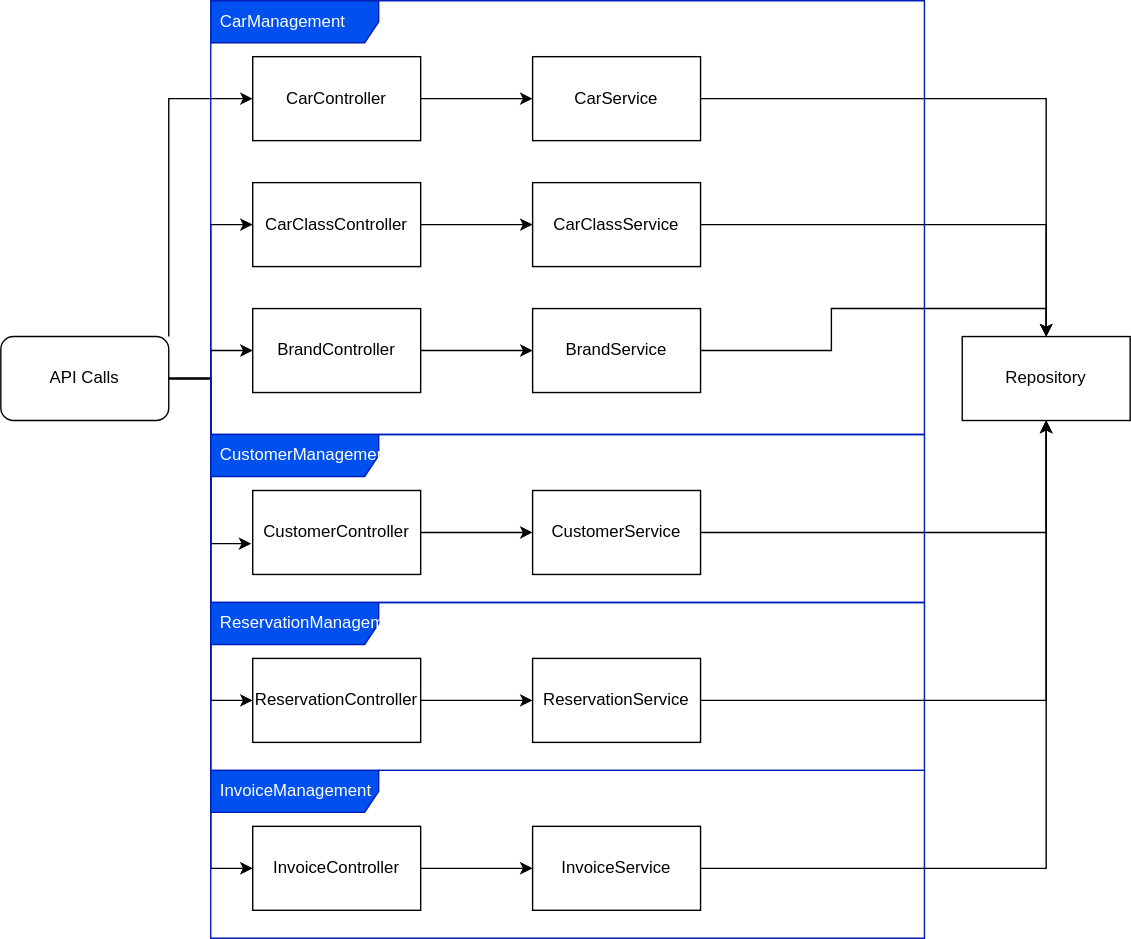
The draw.io diagram docs/images/component-context.drawio.svg in ragi96/CarRent, before a commit. Source tidied: cells renumbered, new cells last; positions are measured from the earlier drawing's top-left corner, leaving out a move shared by most shapes. The source it was exported from:
```xml
<mxGraphModel>
  <root>
    <mxCell id="0" />
    <mxCell id="1" parent="0" />
    <mxCell id="2" style="edgeStyle=orthogonalEdgeStyle;rounded=0;jettySize=auto;html=1;exitX=1;exitY=0;exitDx=0;exitDy=0;entryX=0;entryY=0.5;entryDx=0;entryDy=0;" parent="1" edge="1" source="8" target="10">
      <mxGeometry relative="1" as="geometry" />
    </mxCell>
    <mxCell id="3" style="edgeStyle=orthogonalEdgeStyle;rounded=0;jettySize=auto;html=1;exitX=1;exitY=0.5;exitDx=0;exitDy=0;entryX=0;entryY=0.5;entryDx=0;entryDy=0;" parent="1" edge="1" source="8" target="12">
      <mxGeometry relative="1" as="geometry" />
    </mxCell>
    <mxCell id="4" style="edgeStyle=orthogonalEdgeStyle;rounded=0;jettySize=auto;html=1;exitX=1;exitY=0.5;exitDx=0;exitDy=0;entryX=0;entryY=0.5;entryDx=0;entryDy=0;" parent="1" edge="1" source="8" target="14">
      <mxGeometry relative="1" as="geometry" />
    </mxCell>
    <mxCell id="5" style="edgeStyle=orthogonalEdgeStyle;rounded=0;jettySize=auto;html=1;exitX=1;exitY=0.5;exitDx=0;exitDy=0;entryX=-0.008;entryY=0.633;entryDx=0;entryDy=0;entryPerimeter=0;" parent="1" edge="1" source="8" target="23">
      <mxGeometry relative="1" as="geometry" />
    </mxCell>
    <mxCell id="6" style="edgeStyle=orthogonalEdgeStyle;rounded=0;jettySize=auto;html=1;exitX=1;exitY=0.5;exitDx=0;exitDy=0;entryX=0;entryY=0.5;entryDx=0;entryDy=0;" parent="1" edge="1" source="8" target="28">
      <mxGeometry relative="1" as="geometry" />
    </mxCell>
    <mxCell id="7" style="edgeStyle=orthogonalEdgeStyle;rounded=0;jettySize=auto;html=1;exitX=1;exitY=0.5;exitDx=0;exitDy=0;entryX=0;entryY=0.5;entryDx=0;entryDy=0;" parent="1" edge="1" source="8" target="35">
      <mxGeometry relative="1" as="geometry" />
    </mxCell>
    <mxCell id="8" value="API Calls" style="rounded=1;whiteSpace=wrap;html=1;" parent="1" vertex="1">
      <mxGeometry y="240" width="120" height="60" as="geometry" />
    </mxCell>
    <mxCell id="9" style="edgeStyle=orthogonalEdgeStyle;rounded=0;jettySize=auto;html=1;" parent="1" edge="1" source="10" target="16">
      <mxGeometry relative="1" as="geometry" />
    </mxCell>
    <mxCell id="10" value="CarController" style="rounded=0;whiteSpace=wrap;html=1;" parent="1" vertex="1">
      <mxGeometry x="180" y="40" width="120" height="60" as="geometry" />
    </mxCell>
    <mxCell id="11" style="edgeStyle=orthogonalEdgeStyle;rounded=0;jettySize=auto;html=1;" parent="1" edge="1" source="12" target="18">
      <mxGeometry relative="1" as="geometry" />
    </mxCell>
    <mxCell id="12" value="CarClassController" style="rounded=0;whiteSpace=wrap;html=1;" parent="1" vertex="1">
      <mxGeometry x="180" y="130" width="120" height="60" as="geometry" />
    </mxCell>
    <mxCell id="13" style="edgeStyle=orthogonalEdgeStyle;rounded=0;jettySize=auto;html=1;" parent="1" edge="1" source="14" target="20">
      <mxGeometry relative="1" as="geometry" />
    </mxCell>
    <mxCell id="14" value="BrandController" style="rounded=0;whiteSpace=wrap;html=1;" parent="1" vertex="1">
      <mxGeometry x="180" y="220" width="120" height="60" as="geometry" />
    </mxCell>
    <mxCell id="15" style="edgeStyle=orthogonalEdgeStyle;rounded=0;jettySize=auto;html=1;" parent="1" edge="1" source="16" target="21">
      <mxGeometry relative="1" as="geometry" />
    </mxCell>
    <mxCell id="16" value="CarService" style="rounded=0;whiteSpace=wrap;html=1;" parent="1" vertex="1">
      <mxGeometry x="380" y="40" width="120" height="60" as="geometry" />
    </mxCell>
    <mxCell id="17" style="edgeStyle=orthogonalEdgeStyle;rounded=0;jettySize=auto;html=1;exitX=1;exitY=0.5;exitDx=0;exitDy=0;entryX=0.5;entryY=0;entryDx=0;entryDy=0;" parent="1" edge="1" source="18" target="21">
      <mxGeometry relative="1" as="geometry" />
    </mxCell>
    <mxCell id="18" value="CarClassService" style="rounded=0;whiteSpace=wrap;html=1;" parent="1" vertex="1">
      <mxGeometry x="380" y="130" width="120" height="60" as="geometry" />
    </mxCell>
    <mxCell id="19" style="edgeStyle=orthogonalEdgeStyle;rounded=0;jettySize=auto;html=1;exitX=1;exitY=0.5;exitDx=0;exitDy=0;entryX=0.5;entryY=0;entryDx=0;entryDy=0;" parent="1" edge="1" source="20" target="21">
      <mxGeometry relative="1" as="geometry" />
    </mxCell>
    <mxCell id="20" value="BrandService" style="rounded=0;whiteSpace=wrap;html=1;" parent="1" vertex="1">
      <mxGeometry x="380" y="220" width="120" height="60" as="geometry" />
    </mxCell>
    <mxCell id="21" value="Repository" style="rounded=0;whiteSpace=wrap;html=1;" parent="1" vertex="1">
      <mxGeometry x="687" y="240" width="120" height="60" as="geometry" />
    </mxCell>
    <mxCell id="22" style="edgeStyle=orthogonalEdgeStyle;rounded=0;jettySize=auto;html=1;" parent="1" edge="1" source="23" target="26">
      <mxGeometry relative="1" as="geometry" />
    </mxCell>
    <mxCell id="23" value="CustomerController" style="rounded=0;whiteSpace=wrap;html=1;" parent="1" vertex="1">
      <mxGeometry x="180" y="350" width="120" height="60" as="geometry" />
    </mxCell>
    <mxCell id="24" value="CarManagement" style="shape=umlFrame;whiteSpace=wrap;html=1;width=120;height=30;boundedLbl=1;verticalAlign=middle;align=left;spacingLeft=5;fillColor=#0050ef;strokeColor=#001DBC;fontColor=#ffffff;" parent="1" vertex="1">
      <mxGeometry x="150" width="510" height="310" as="geometry" />
    </mxCell>
    <mxCell id="25" style="edgeStyle=orthogonalEdgeStyle;rounded=0;jettySize=auto;html=1;exitX=1;exitY=0.5;exitDx=0;exitDy=0;entryX=0.5;entryY=1;entryDx=0;entryDy=0;" parent="1" edge="1" source="26" target="21">
      <mxGeometry relative="1" as="geometry" />
    </mxCell>
    <mxCell id="26" value="CustomerService" style="rounded=0;whiteSpace=wrap;html=1;" parent="1" vertex="1">
      <mxGeometry x="380" y="350" width="120" height="60" as="geometry" />
    </mxCell>
    <mxCell id="27" style="edgeStyle=orthogonalEdgeStyle;rounded=0;jettySize=auto;html=1;" parent="1" edge="1" source="28" target="32">
      <mxGeometry relative="1" as="geometry" />
    </mxCell>
    <mxCell id="28" value="ReservationController" style="rounded=0;whiteSpace=wrap;html=1;" parent="1" vertex="1">
      <mxGeometry x="180" y="470" width="120" height="60" as="geometry" />
    </mxCell>
    <mxCell id="29" value="CustomerManagement" style="shape=umlFrame;whiteSpace=wrap;html=1;width=120;height=30;boundedLbl=1;verticalAlign=middle;align=left;spacingLeft=5;fillColor=#0050ef;strokeColor=#001DBC;fontColor=#ffffff;" parent="1" vertex="1">
      <mxGeometry x="150" y="310" width="510" height="120" as="geometry" />
    </mxCell>
    <mxCell id="30" value="ReservationManagement" style="shape=umlFrame;html=1;width=120;height=30;boundedLbl=1;verticalAlign=middle;align=left;spacingLeft=5;fillColor=#0050ef;strokeColor=#001DBC;fontColor=#ffffff;whiteSpace=wrap;" parent="1" vertex="1">
      <mxGeometry x="150" y="430" width="510" height="120" as="geometry" />
    </mxCell>
    <mxCell id="31" style="edgeStyle=orthogonalEdgeStyle;rounded=0;jettySize=auto;html=1;exitX=1;exitY=0.5;exitDx=0;exitDy=0;entryX=0.5;entryY=1;entryDx=0;entryDy=0;" parent="1" edge="1" source="32" target="21">
      <mxGeometry relative="1" as="geometry" />
    </mxCell>
    <mxCell id="32" value="ReservationService" style="rounded=0;whiteSpace=wrap;html=1;" parent="1" vertex="1">
      <mxGeometry x="380" y="470" width="120" height="60" as="geometry" />
    </mxCell>
    <mxCell id="33" value="InvoiceManagement" style="shape=umlFrame;html=1;width=120;height=30;boundedLbl=1;verticalAlign=middle;align=left;spacingLeft=5;fillColor=#0050ef;strokeColor=#001DBC;fontColor=#ffffff;whiteSpace=wrap;" parent="1" vertex="1">
      <mxGeometry x="150" y="550" width="510" height="120" as="geometry" />
    </mxCell>
    <mxCell id="34" style="edgeStyle=orthogonalEdgeStyle;rounded=0;jettySize=auto;html=1;" parent="1" edge="1" source="35" target="37">
      <mxGeometry relative="1" as="geometry" />
    </mxCell>
    <mxCell id="35" value="InvoiceController" style="rounded=0;whiteSpace=wrap;html=1;" parent="1" vertex="1">
      <mxGeometry x="180" y="590" width="120" height="60" as="geometry" />
    </mxCell>
    <mxCell id="36" style="edgeStyle=orthogonalEdgeStyle;rounded=0;jettySize=auto;html=1;exitX=1;exitY=0.5;exitDx=0;exitDy=0;entryX=0.5;entryY=1;entryDx=0;entryDy=0;" parent="1" edge="1" source="37" target="21">
      <mxGeometry relative="1" as="geometry" />
    </mxCell>
    <mxCell id="37" value="InvoiceService" style="rounded=0;whiteSpace=wrap;html=1;" parent="1" vertex="1">
      <mxGeometry x="380" y="590" width="120" height="60" as="geometry" />
    </mxCell>
  </root>
</mxGraphModel>
```
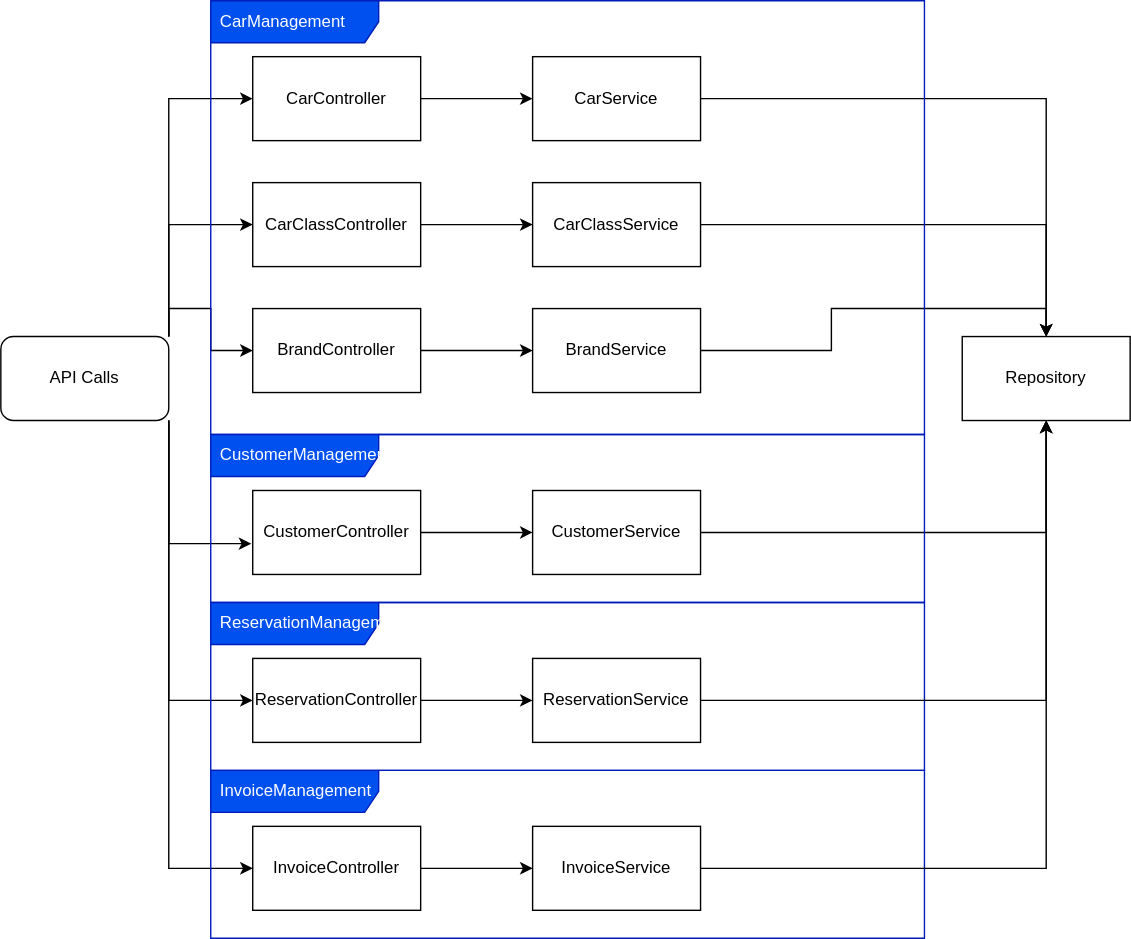
Above is the later version.

Diff of the diagram source:
```diff
@@ -5,19 +5,19 @@
     <mxCell id="2" style="edgeStyle=orthogonalEdgeStyle;rounded=0;jettySize=auto;html=1;exitX=1;exitY=0;exitDx=0;exitDy=0;entryX=0;entryY=0.5;entryDx=0;entryDy=0;" parent="1" edge="1" source="8" target="10">
       <mxGeometry relative="1" as="geometry" />
     </mxCell>
-    <mxCell id="3" style="edgeStyle=orthogonalEdgeStyle;rounded=0;jettySize=auto;html=1;exitX=1;exitY=0.5;exitDx=0;exitDy=0;entryX=0;entryY=0.5;entryDx=0;entryDy=0;" parent="1" edge="1" source="8" target="12">
+    <mxCell id="3" style="edgeStyle=orthogonalEdgeStyle;rounded=0;jettySize=auto;html=1;exitX=1;exitY=0;exitDx=0;exitDy=0;entryX=0;entryY=0.5;entryDx=0;entryDy=0;" parent="1" edge="1" source="8" target="12">
       <mxGeometry relative="1" as="geometry" />
     </mxCell>
-    <mxCell id="4" style="edgeStyle=orthogonalEdgeStyle;rounded=0;jettySize=auto;html=1;exitX=1;exitY=0.5;exitDx=0;exitDy=0;entryX=0;entryY=0.5;entryDx=0;entryDy=0;" parent="1" edge="1" source="8" target="14">
+    <mxCell id="4" style="edgeStyle=orthogonalEdgeStyle;rounded=0;jettySize=auto;html=1;exitX=1;exitY=0;exitDx=0;exitDy=0;entryX=0;entryY=0.5;entryDx=0;entryDy=0;" parent="1" edge="1" source="8" target="14">
       <mxGeometry relative="1" as="geometry" />
     </mxCell>
-    <mxCell id="5" style="edgeStyle=orthogonalEdgeStyle;rounded=0;jettySize=auto;html=1;exitX=1;exitY=0.5;exitDx=0;exitDy=0;entryX=-0.008;entryY=0.633;entryDx=0;entryDy=0;entryPerimeter=0;" parent="1" edge="1" source="8" target="23">
+    <mxCell id="5" style="edgeStyle=orthogonalEdgeStyle;rounded=0;jettySize=auto;html=1;exitX=1;exitY=1;exitDx=0;exitDy=0;entryX=-0.008;entryY=0.633;entryDx=0;entryDy=0;entryPerimeter=0;" parent="1" edge="1" source="8" target="23">
       <mxGeometry relative="1" as="geometry" />
     </mxCell>
-    <mxCell id="6" style="edgeStyle=orthogonalEdgeStyle;rounded=0;jettySize=auto;html=1;exitX=1;exitY=0.5;exitDx=0;exitDy=0;entryX=0;entryY=0.5;entryDx=0;entryDy=0;" parent="1" edge="1" source="8" target="28">
+    <mxCell id="6" style="edgeStyle=orthogonalEdgeStyle;rounded=0;jettySize=auto;html=1;exitX=1;exitY=1;exitDx=0;exitDy=0;entryX=0;entryY=0.5;entryDx=0;entryDy=0;" parent="1" edge="1" source="8" target="28">
       <mxGeometry relative="1" as="geometry" />
     </mxCell>
-    <mxCell id="7" style="edgeStyle=orthogonalEdgeStyle;rounded=0;jettySize=auto;html=1;exitX=1;exitY=0.5;exitDx=0;exitDy=0;entryX=0;entryY=0.5;entryDx=0;entryDy=0;" parent="1" edge="1" source="8" target="35">
+    <mxCell id="7" style="edgeStyle=orthogonalEdgeStyle;rounded=0;jettySize=auto;html=1;exitX=1;exitY=1;exitDx=0;exitDy=0;entryX=0;entryY=0.5;entryDx=0;entryDy=0;" parent="1" edge="1" source="8" target="35">
       <mxGeometry relative="1" as="geometry" />
     </mxCell>
     <mxCell id="8" value="API Calls" style="rounded=1;whiteSpace=wrap;html=1;" parent="1" vertex="1">
```
